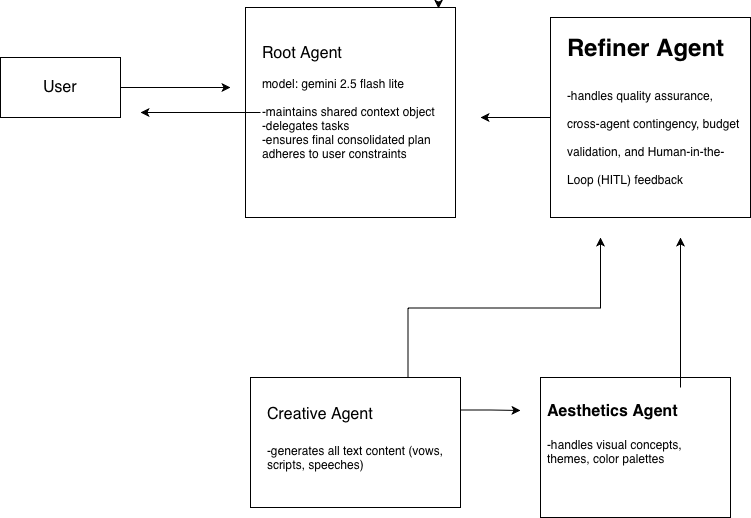
The draw.io diagram wedding_agent/Wedding Agent.drawio.png in GaemiStudio/Agent-EverAfter-Engine, before a commit. Source tidied: cells renumbered, new cells last; positions are measured from the earlier drawing's top-left corner, leaving out a move shared by most shapes.
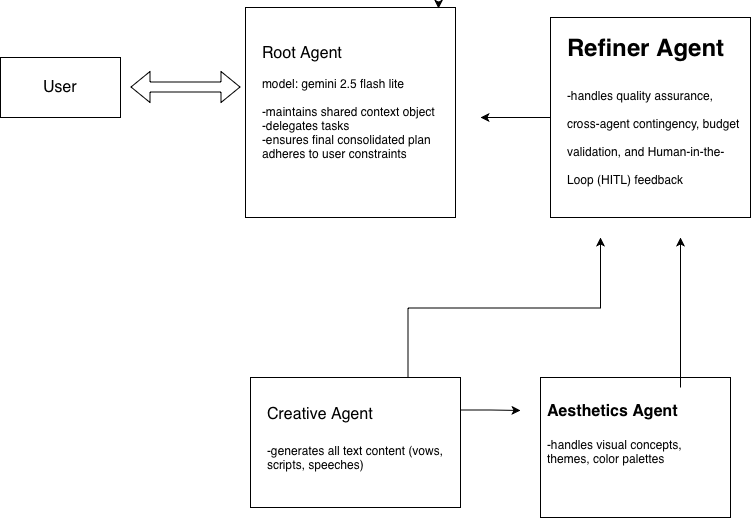
Above is the later version.

Change to the diagram source:
```diff
@@ -5,11 +5,6 @@
     <mxCell id="2" style="whiteSpace=wrap;html=1;" parent="1" vertex="1">
       <mxGeometry x="245" width="210" height="210" as="geometry" />
     </mxCell>
-    <mxCell id="3" style="edgeStyle=orthogonalEdgeStyle;rounded=0;jettySize=auto;html=1;" parent="1" edge="1" source="4">
-      <mxGeometry relative="1" as="geometry">
-        <mxPoint x="140" y="105" as="targetPoint" />
-      </mxGeometry>
-    </mxCell>
     <mxCell id="4" value="&lt;font style=&quot;font-size: 16px;&quot;&gt;Root Agent&lt;/font&gt;&lt;div&gt;&lt;br&gt;&lt;/div&gt;&lt;div&gt;model: gemini 2.5 flash lite&lt;/div&gt;&lt;div&gt;&lt;br&gt;&lt;/div&gt;&lt;div&gt;-maintains shared context object&lt;/div&gt;&lt;div&gt;-delegates tasks&lt;/div&gt;&lt;div&gt;-ensures final consolidated plan adheres to user constraints&lt;/div&gt;" style="text;html=1;whiteSpace=wrap;overflow=hidden;rounded=0;labelBackgroundColor=light-dark(default, #ffffff);" parent="1" vertex="1">
       <mxGeometry x="260" y="30" width="180" height="150" as="geometry" />
     </mxCell>
@@ -35,11 +30,6 @@
     <mxCell id="10" style="edgeStyle=orthogonalEdgeStyle;rounded=0;orthogonalLoop=1;jettySize=auto;html=1;exitX=0.75;exitY=0;exitDx=0;exitDy=0;entryX=0.919;entryY=0.005;entryDx=0;entryDy=0;entryPerimeter=0;" parent="1" edge="1" source="2" target="2">
       <mxGeometry relative="1" as="geometry" />
     </mxCell>
-    <mxCell id="11" style="edgeStyle=orthogonalEdgeStyle;rounded=0;jettySize=auto;html=1;" parent="1" edge="1" source="12">
-      <mxGeometry relative="1" as="geometry">
-        <mxPoint x="230" y="80" as="targetPoint" />
-      </mxGeometry>
-    </mxCell>
     <mxCell id="12" style="rounded=0;whiteSpace=wrap;html=1;" parent="1" vertex="1">
       <mxGeometry y="50" width="120" height="60" as="geometry" />
     </mxCell>
@@ -72,5 +62,11 @@
     <mxCell id="19" value="&lt;h1 style=&quot;margin-top: 0px;&quot;&gt;Refiner Agent&lt;/h1&gt;&lt;h1 style=&quot;margin-top: 0px;&quot;&gt;&lt;span style=&quot;font-size: 12px; font-weight: normal;&quot;&gt;-handles quality assurance, cross-agent contingency, budget validation, and Human-in-the-Loop (HITL) feedback processing&amp;nbsp;&lt;/span&gt;&lt;br&gt;&lt;/h1&gt;" style="text;html=1;whiteSpace=wrap;overflow=hidden;rounded=0;" parent="1" vertex="1">
       <mxGeometry x="565" y="20" width="180" height="170" as="geometry" />
     </mxCell>
+    <mxCell id="20" style="shape=flexArrow;endArrow=classic;startArrow=classic;html=1;rounded=0;" parent="1" edge="1">
+      <mxGeometry relative="1" as="geometry">
+        <mxPoint x="130" y="79.5" as="sourcePoint" />
+        <mxPoint x="240" y="79.5" as="targetPoint" />
+      </mxGeometry>
+    </mxCell>
   </root>
 </mxGraphModel>
```
